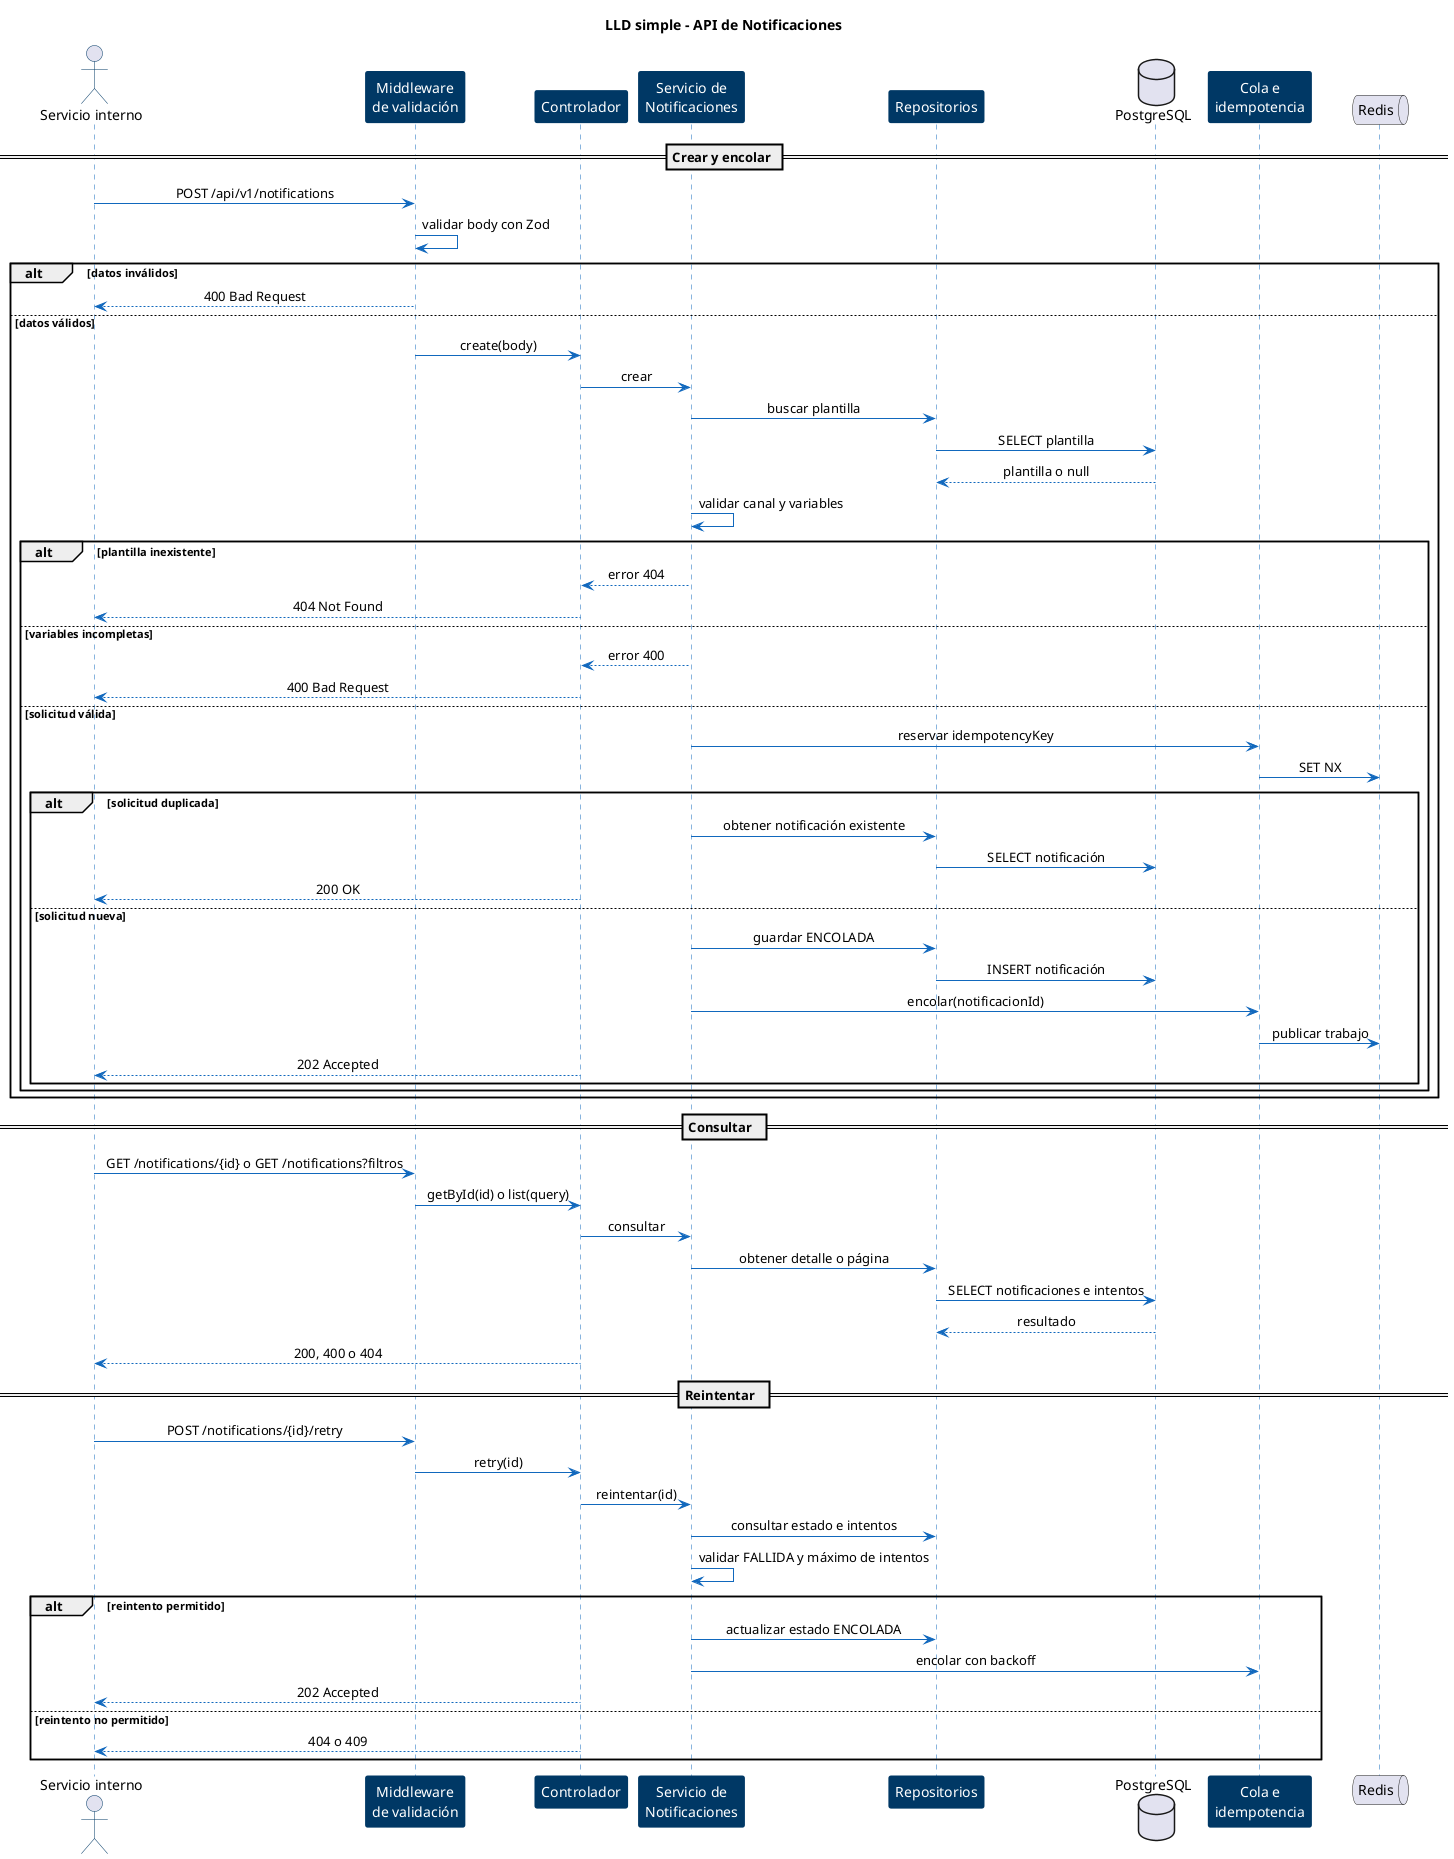
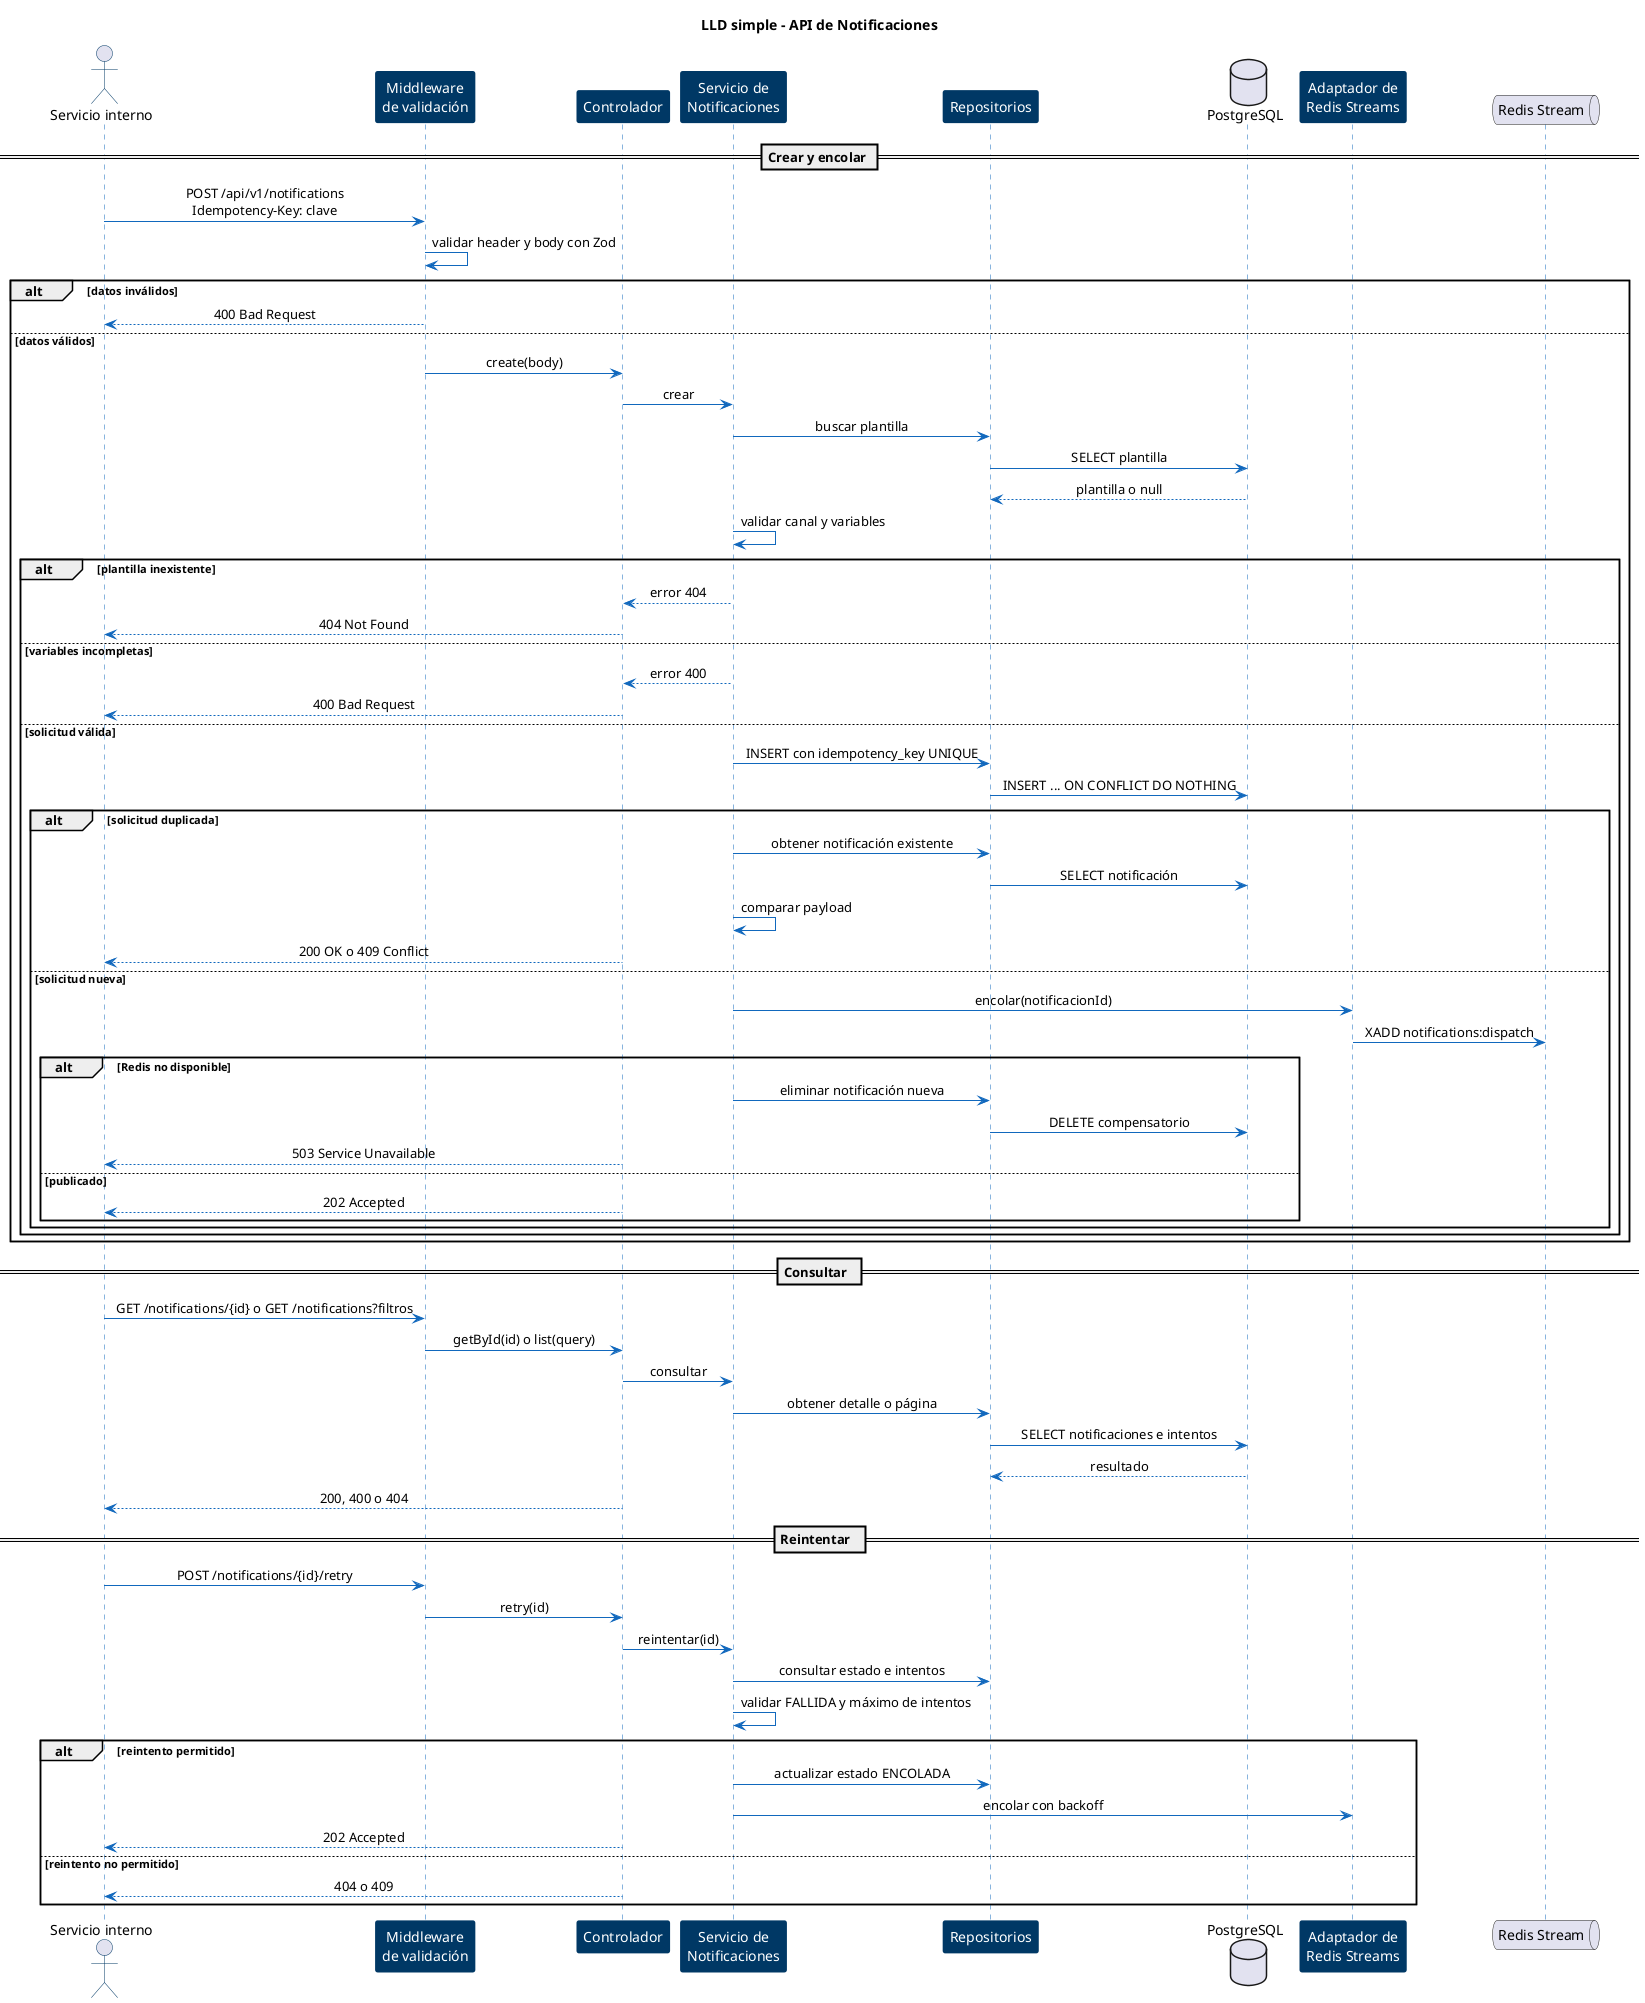
@startuml notificaciones-06-lld-notificaciones
skinparam backgroundColor #FFFFFF
skinparam shadowing false
skinparam sequenceMessageAlign center
skinparam sequence {
    ArrowColor #1168BD
    LifeLineBorderColor #1168BD
    ParticipantBorderColor #003865
    ParticipantBackgroundColor #003865
    ParticipantFontColor #FFFFFF
    ActorBorderColor #003865
}

title LLD simple - API de Notificaciones

actor "Servicio interno" as emisor
participant "Middleware\nde validación" as validation
participant "Controlador" as controller
participant "Servicio de\nNotificaciones" as service
participant "Repositorios" as repositories
database "PostgreSQL" as db
- participant "Cola e\nidempotencia" as queueAdapter
- queue "Redis" as redis
+ participant "Adaptador de\nRedis Streams" as queueAdapter
+ queue "Redis Stream" as redis

== Crear y encolar ==
- emisor -> validation : POST /api/v1/notifications
- validation -> validation : validar body con Zod
+ emisor -> validation : POST /api/v1/notifications\nIdempotency-Key: clave
+ validation -> validation : validar header y body con Zod
alt datos inválidos
    validation --> emisor : 400 Bad Request
else datos válidos
    validation -> controller : create(body)
    controller -> service : crear
    service -> repositories : buscar plantilla
    repositories -> db : SELECT plantilla
    db --> repositories : plantilla o null
    service -> service : validar canal y variables
    alt plantilla inexistente
        service --> controller : error 404
        controller --> emisor : 404 Not Found
    else variables incompletas
        service --> controller : error 400
        controller --> emisor : 400 Bad Request
    else solicitud válida
-         service -> queueAdapter : reservar idempotencyKey
-         queueAdapter -> redis : SET NX
+         service -> repositories : INSERT con idempotency_key UNIQUE
+         repositories -> db : INSERT ... ON CONFLICT DO NOTHING
        alt solicitud duplicada
            service -> repositories : obtener notificación existente
            repositories -> db : SELECT notificación
-             controller --> emisor : 200 OK
+             service -> service : comparar payload
+             controller --> emisor : 200 OK o 409 Conflict
        else solicitud nueva
-             service -> repositories : guardar ENCOLADA
-             repositories -> db : INSERT notificación
            service -> queueAdapter : encolar(notificacionId)
-             queueAdapter -> redis : publicar trabajo
-             controller --> emisor : 202 Accepted
+             queueAdapter -> redis : XADD notifications:dispatch
+             alt Redis no disponible
+                 service -> repositories : eliminar notificación nueva
+                 repositories -> db : DELETE compensatorio
+                 controller --> emisor : 503 Service Unavailable
+             else publicado
+                 controller --> emisor : 202 Accepted
+             end
        end
    end
end

== Consultar  ==
emisor -> validation : GET /notifications/{id} o GET /notifications?filtros
validation -> controller : getById(id) o list(query)
controller -> service : consultar
service -> repositories : obtener detalle o página
repositories -> db : SELECT notificaciones e intentos
db --> repositories : resultado
controller --> emisor : 200, 400 o 404

== Reintentar  ==
emisor -> validation : POST /notifications/{id}/retry
validation -> controller : retry(id)
controller -> service : reintentar(id)
service -> repositories : consultar estado e intentos
service -> service : validar FALLIDA y máximo de intentos
alt reintento permitido
    service -> repositories : actualizar estado ENCOLADA
    service -> queueAdapter : encolar con backoff
    controller --> emisor : 202 Accepted
else reintento no permitido
    controller --> emisor : 404 o 409
end


@enduml
